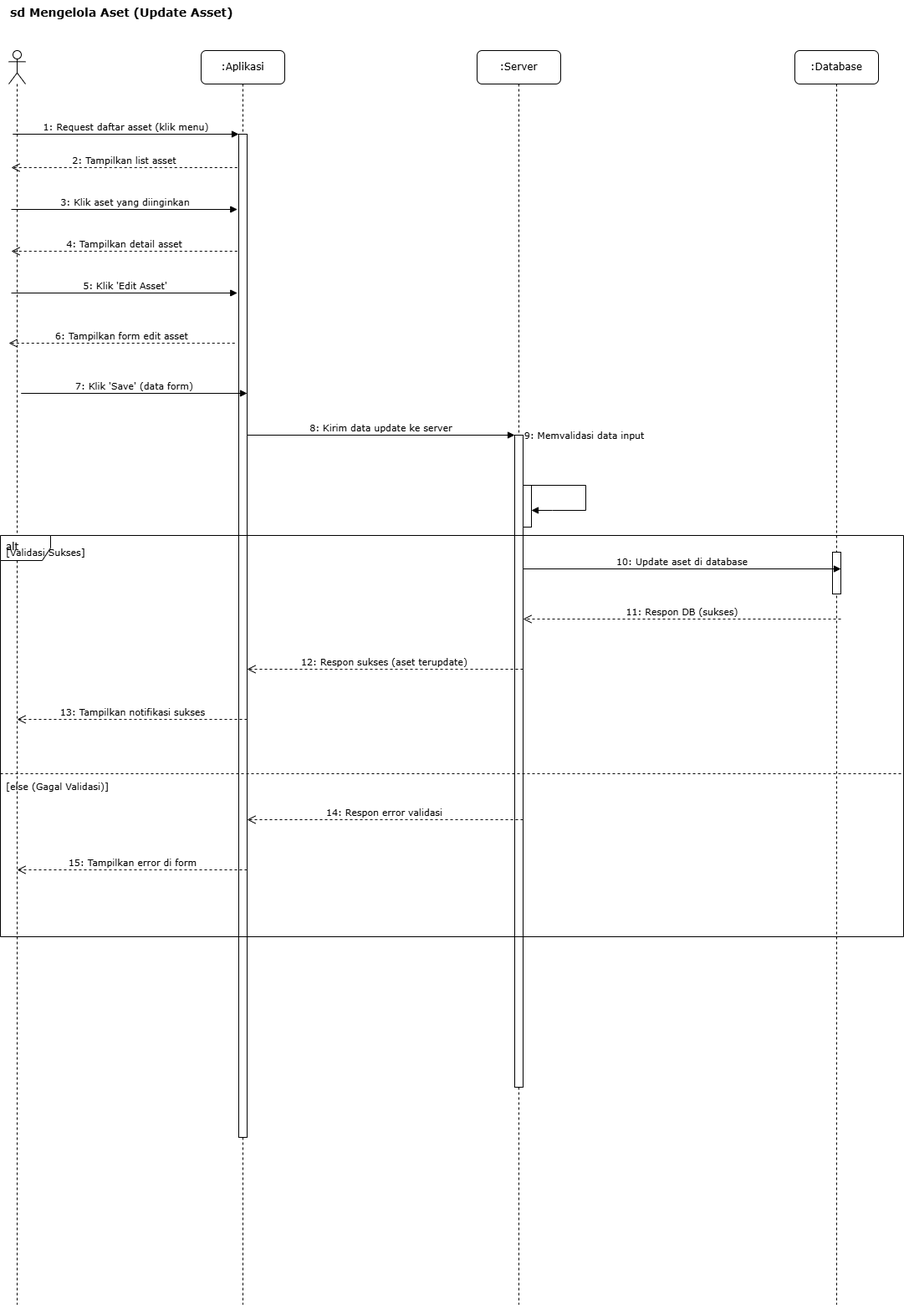
Earlier version of the draw.io export Diagram/sequence-diagram-skripsi-mengelola-aset-update.drawio.png (Rizz404/SKRIPSI_V2). Source tidied: cells renumbered, new cells last; positions are measured from the earlier drawing's top-left corner, leaving out a move shared by most shapes.
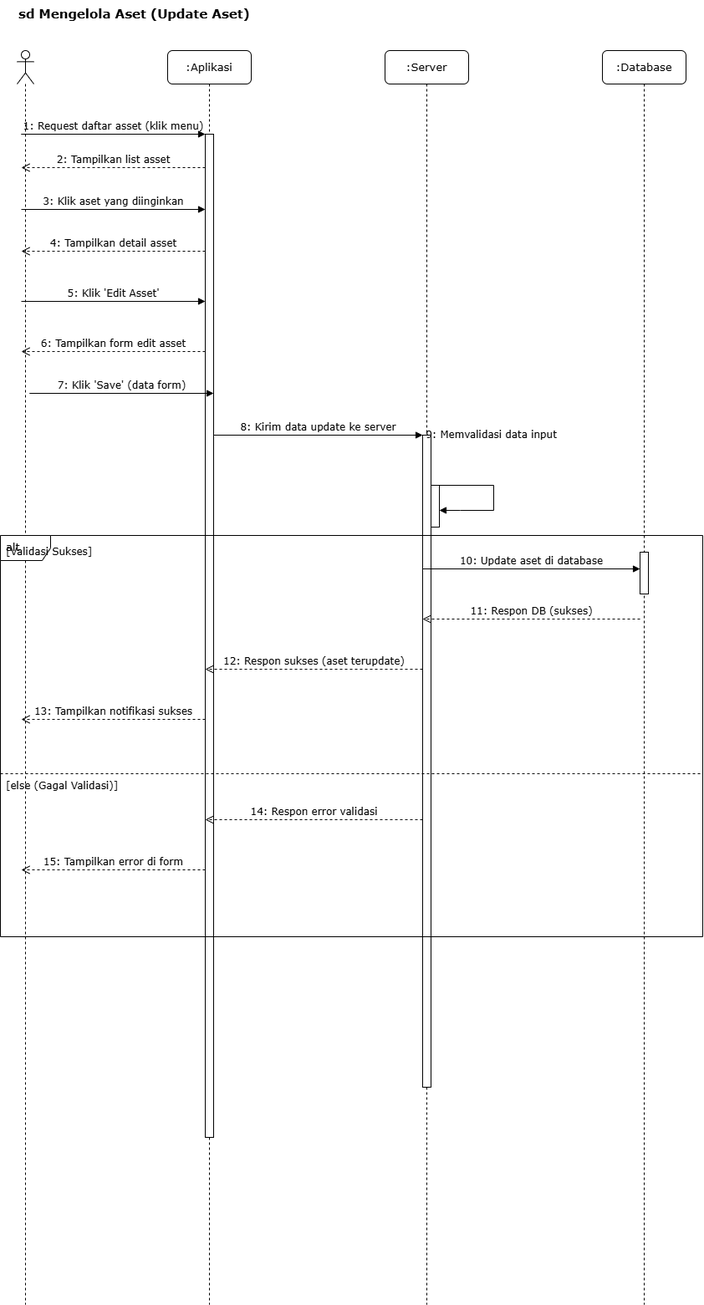
The same file after the commit.

The edit, as a diff of the source:
```diff
@@ -2,137 +2,137 @@
   <root>
     <mxCell id="0" />
     <mxCell id="1" parent="0" />
-    <mxCell id="2" value="sd Mengelola Aset (Update Asset)" style="text;html=1;strokeColor=none;fillColor=none;align=left;verticalAlign=top;whiteSpace=wrap;rounded=0;fontFamily=Verdana;fontSize=14;fontStyle=1;" parent="1" vertex="1">
-      <mxGeometry x="10" width="320" height="30" as="geometry" />
+    <mxCell id="2" value="sd Mengelola Aset (Update Aset)" style="text;html=1;strokeColor=none;fillColor=none;align=left;verticalAlign=top;whiteSpace=wrap;rounded=0;fontFamily=Verdana;fontSize=15;fontStyle=1;" parent="1" vertex="1">
+      <mxGeometry x="-70" width="290" height="30" as="geometry" />
     </mxCell>
     <mxCell id="3" style="shape=umlLifeline;perimeter=lifelinePerimeter;whiteSpace=wrap;html=1;newEdgeStyle={&quot;curved&quot;:0,&quot;rounded&quot;:0};participant=umlActor;" parent="1" vertex="1">
-      <mxGeometry x="10" y="60" width="20" height="1500" as="geometry" />
+      <mxGeometry x="-70" y="60" width="20" height="1500" as="geometry" />
     </mxCell>
-    <mxCell id="4" value=":Aplikasi" style="shape=umlLifeline;perimeter=lifelinePerimeter;whiteSpace=wrap;html=1;rounded=1;shadow=0;comic=0;labelBackgroundColor=none;strokeWidth=1;fontFamily=Verdana;fontSize=12;align=center;" parent="1" vertex="1">
-      <mxGeometry x="240" y="60" width="100" height="1500" as="geometry" />
+    <mxCell id="4" value=":Aplikasi" style="shape=umlLifeline;perimeter=lifelinePerimeter;whiteSpace=wrap;html=1;rounded=1;shadow=0;comic=0;labelBackgroundColor=none;strokeWidth=1;fontFamily=Verdana;fontSize=13;align=center;" parent="1" vertex="1">
+      <mxGeometry x="110" y="60" width="100" height="1500" as="geometry" />
     </mxCell>
+    <mxCell id="7" value="4: Tampilkan detail asset" style="html=1;verticalAlign=bottom;endArrow=open;dashed=1;endSize=8;labelBackgroundColor=none;fontFamily=Verdana;fontSize=12;" parent="4" edge="1">
+      <mxGeometry relative="1" as="geometry">
+        <mxPoint x="45" y="240" as="sourcePoint" />
+        <mxPoint x="-175" y="240" as="targetPoint" />
+      </mxGeometry>
+    </mxCell>
+    <mxCell id="8" value="3: Klik aset yang diinginkan" style="html=1;verticalAlign=bottom;labelBackgroundColor=none;endArrow=block;rounded=0;fontFamily=Verdana;fontSize=12;" parent="4" edge="1">
+      <mxGeometry relative="1" as="geometry">
+        <mxPoint x="-175" y="190" as="sourcePoint" />
+        <mxPoint x="45" y="190" as="targetPoint" />
+      </mxGeometry>
+    </mxCell>
-    <mxCell id="5" value="6: Tampilkan form edit asset" style="html=1;verticalAlign=bottom;endArrow=open;dashed=1;endSize=8;labelBackgroundColor=none;fontFamily=Verdana;fontSize=11;" parent="4" edge="1">
+    <mxCell id="5" value="6: Tampilkan form edit asset" style="html=1;verticalAlign=bottom;endArrow=open;dashed=1;endSize=8;labelBackgroundColor=none;fontFamily=Verdana;fontSize=12;" parent="1" edge="1">
       <mxGeometry relative="1" as="geometry">
-        <mxPoint x="40.2" y="350" as="sourcePoint" />
-        <mxPoint x="-230" y="350" as="targetPoint" />
+        <mxPoint x="155" y="420" as="sourcePoint" />
+        <mxPoint x="-65" y="420" as="targetPoint" />
       </mxGeometry>
     </mxCell>
-    <mxCell id="6" value="5: Klik 'Edit Asset'" style="html=1;verticalAlign=bottom;labelBackgroundColor=none;endArrow=block;rounded=0;fontFamily=Verdana;fontSize=11;" parent="4" edge="1">
+    <mxCell id="6" value="5: Klik 'Edit Asset'" style="html=1;verticalAlign=bottom;labelBackgroundColor=none;endArrow=block;rounded=0;fontFamily=Verdana;fontSize=12;" parent="1" edge="1">
       <mxGeometry relative="1" as="geometry">
-        <mxPoint x="-227" y="290" as="sourcePoint" />
-        <mxPoint x="43.2" y="290" as="targetPoint" />
+        <mxPoint x="-65" y="360" as="sourcePoint" />
+        <mxPoint x="155" y="360" as="targetPoint" />
       </mxGeometry>
     </mxCell>
-    <mxCell id="7" value="4: Tampilkan detail asset" style="html=1;verticalAlign=bottom;endArrow=open;dashed=1;endSize=8;labelBackgroundColor=none;fontFamily=Verdana;fontSize=11;" parent="4" edge="1">
-      <mxGeometry relative="1" as="geometry">
-        <mxPoint x="43.2" y="240" as="sourcePoint" />
-        <mxPoint x="-227" y="240" as="targetPoint" />
-      </mxGeometry>
-    </mxCell>
-    <mxCell id="8" value="3: Klik aset yang diinginkan" style="html=1;verticalAlign=bottom;labelBackgroundColor=none;endArrow=block;rounded=0;fontFamily=Verdana;fontSize=11;" parent="4" edge="1">
-      <mxGeometry relative="1" as="geometry">
-        <mxPoint x="-227" y="190" as="sourcePoint" />
-        <mxPoint x="43.2" y="190" as="targetPoint" />
-      </mxGeometry>
-    </mxCell>
-    <mxCell id="9" value="2: Tampilkan list asset" style="html=1;verticalAlign=bottom;endArrow=open;dashed=1;endSize=8;labelBackgroundColor=none;fontFamily=Verdana;fontSize=11;" parent="4" edge="1">
+    <mxCell id="9" value="2: Tampilkan list asset" style="html=1;verticalAlign=bottom;endArrow=open;dashed=1;endSize=8;labelBackgroundColor=none;fontFamily=Verdana;fontSize=12;" parent="1" edge="1">
       <mxGeometry relative="1" as="geometry">
-        <mxPoint x="43.2" y="140" as="sourcePoint" />
-        <mxPoint x="-227" y="140" as="targetPoint" />
+        <mxPoint x="155" y="200" as="sourcePoint" />
+        <mxPoint x="-65" y="200" as="targetPoint" />
       </mxGeometry>
     </mxCell>
-    <mxCell id="10" value=":Server" style="shape=umlLifeline;perimeter=lifelinePerimeter;whiteSpace=wrap;html=1;rounded=1;shadow=0;comic=0;labelBackgroundColor=none;strokeWidth=1;fontFamily=Verdana;fontSize=12;align=center;" parent="1" vertex="1">
-      <mxGeometry x="570" y="60" width="100" height="1500" as="geometry" />
+    <mxCell id="10" value=":Server" style="shape=umlLifeline;perimeter=lifelinePerimeter;whiteSpace=wrap;html=1;rounded=1;shadow=0;comic=0;labelBackgroundColor=none;strokeWidth=1;fontFamily=Verdana;fontSize=13;align=center;" parent="1" vertex="1">
+      <mxGeometry x="370" y="60" width="100" height="1500" as="geometry" />
     </mxCell>
-    <mxCell id="11" value=":Database" style="shape=umlLifeline;perimeter=lifelinePerimeter;whiteSpace=wrap;html=1;rounded=1;shadow=0;comic=0;labelBackgroundColor=none;strokeWidth=1;fontFamily=Verdana;fontSize=12;align=center;" parent="1" vertex="1">
-      <mxGeometry x="950" y="60" width="100" height="1500" as="geometry" />
+    <mxCell id="11" value=":Database" style="shape=umlLifeline;perimeter=lifelinePerimeter;whiteSpace=wrap;html=1;rounded=1;shadow=0;comic=0;labelBackgroundColor=none;strokeWidth=1;fontFamily=Verdana;fontSize=13;align=center;" parent="1" vertex="1">
+      <mxGeometry x="630" y="60" width="100" height="1500" as="geometry" />
     </mxCell>
     <mxCell id="12" style="html=1;points=[];perimeter=orthogonalPerimeter;fillColor=#ffffff;strokeColor=#000000;strokeWidth=1;" parent="1" vertex="1">
-      <mxGeometry x="285" y="160" width="10" height="1200" as="geometry" />
+      <mxGeometry x="155" y="160" width="10" height="1200" as="geometry" />
     </mxCell>
     <mxCell id="13" style="html=1;perimeter=orthogonalPerimeter;fillColor=#ffffff;strokeColor=#000000;strokeWidth=1;" parent="1" vertex="1">
-      <mxGeometry x="615" y="520" width="10" height="780" as="geometry" />
+      <mxGeometry x="415" y="520" width="10" height="780" as="geometry" />
     </mxCell>
     <mxCell id="14" style="html=1;perimeter=orthogonalPerimeter;fillColor=#ffffff;strokeColor=#000000;strokeWidth=1;" parent="1" vertex="1">
-      <mxGeometry x="995" y="660" width="10" height="50" as="geometry" />
+      <mxGeometry x="675" y="660" width="10" height="50" as="geometry" />
     </mxCell>
-    <mxCell id="15" value="1: Request daftar asset (klik menu)" style="html=1;verticalAlign=bottom;labelBackgroundColor=none;endArrow=block;rounded=0;fontFamily=Verdana;fontSize=11;" parent="1" edge="1">
+    <mxCell id="15" value="1: Request daftar asset (klik menu)" style="html=1;verticalAlign=bottom;labelBackgroundColor=none;endArrow=block;rounded=0;fontFamily=Verdana;fontSize=12;" parent="1" edge="1">
       <mxGeometry relative="1" as="geometry">
-        <mxPoint x="14.8" y="160" as="sourcePoint" />
-        <mxPoint x="285" y="160" as="targetPoint" />
+        <mxPoint x="-65.2" y="160" as="sourcePoint" />
+        <mxPoint x="155" y="160" as="targetPoint" />
       </mxGeometry>
     </mxCell>
-    <mxCell id="16" value="7: Klik 'Save' (data form)" style="html=1;verticalAlign=bottom;labelBackgroundColor=none;endArrow=block;rounded=0;fontFamily=Verdana;fontSize=11;" parent="1" edge="1">
+    <mxCell id="16" value="7: Klik 'Save' (data form)" style="html=1;verticalAlign=bottom;labelBackgroundColor=none;endArrow=block;rounded=0;fontFamily=Verdana;fontSize=12;" parent="1" edge="1">
       <mxGeometry relative="1" as="geometry">
-        <mxPoint x="24.8" y="470" as="sourcePoint" />
-        <mxPoint x="295" y="470" as="targetPoint" />
+        <mxPoint x="-55.2" y="470" as="sourcePoint" />
+        <mxPoint x="165" y="470" as="targetPoint" />
       </mxGeometry>
     </mxCell>
-    <mxCell id="17" value="8: Kirim data update ke server" style="html=1;verticalAlign=bottom;endArrow=block;labelBackgroundColor=none;fontFamily=Verdana;fontSize=11;" parent="1" edge="1" source="12">
+    <mxCell id="17" value="8: Kirim data update ke server" style="html=1;verticalAlign=bottom;endArrow=block;labelBackgroundColor=none;fontFamily=Verdana;fontSize=12;" parent="1" edge="1" source="12">
       <mxGeometry relative="1" as="geometry">
-        <mxPoint x="615" y="520" as="targetPoint" />
+        <mxPoint x="415" y="520" as="targetPoint" />
       </mxGeometry>
     </mxCell>
     <mxCell id="18" style="html=1;points=[];perimeter=orthogonalPerimeter;fillColor=#ffffff;strokeColor=#000000;strokeWidth=1;" parent="1" vertex="1">
-      <mxGeometry x="625" y="580" width="10" height="50" as="geometry" />
+      <mxGeometry x="425" y="580" width="10" height="50" as="geometry" />
     </mxCell>
-    <mxCell id="19" value="9: Memvalidasi data input" style="html=1;verticalAlign=bottom;endArrow=block;curved=0;labelBackgroundColor=none;fontFamily=Verdana;fontSize=11;rounded=0;" parent="1" edge="1" target="18">
+    <mxCell id="19" value="9: Memvalidasi data input" style="html=1;verticalAlign=bottom;endArrow=block;curved=0;labelBackgroundColor=none;fontFamily=Verdana;fontSize=12;rounded=0;" parent="1" edge="1" target="18">
       <mxGeometry x="-0.13" y="41" relative="1" as="geometry">
-        <mxPoint x="625" y="580" as="sourcePoint" />
+        <mxPoint x="425" y="580" as="sourcePoint" />
         <Array as="points">
-          <mxPoint x="700" y="580" />
-          <mxPoint x="700" y="610" />
-          <mxPoint x="660" y="610" />
+          <mxPoint x="500" y="580" />
+          <mxPoint x="500" y="610" />
+          <mxPoint x="460" y="610" />
         </Array>
         <mxPoint x="-1" y="-10" as="offset" />
       </mxGeometry>
     </mxCell>
-    <mxCell id="20" value="alt" style="shape=umlFrame;whiteSpace=wrap;html=1;verticalAlign=top;align=left;spacingLeft=5;fontFamily=Verdana;fontSize=12;" parent="1" vertex="1">
-      <mxGeometry y="640" width="1080" height="480" as="geometry" />
+    <mxCell id="20" value="alt" style="shape=umlFrame;whiteSpace=wrap;html=1;verticalAlign=top;align=left;spacingLeft=5;fontFamily=Verdana;fontSize=13;" parent="1" vertex="1">
+      <mxGeometry x="-90" y="640" width="840" height="480" as="geometry" />
     </mxCell>
-    <mxCell id="21" value="[Validasi Sukses]" style="text;html=1;align=left;verticalAlign=middle;strokeColor=none;fillColor=none;fontFamily=Verdana;fontSize=11;" parent="20" vertex="1">
-      <mxGeometry x="5" y="5" width="110" height="30" as="geometry" />
+    <mxCell id="21" value="[Validasi Sukses]" style="text;html=1;align=left;verticalAlign=middle;strokeColor=none;fillColor=none;fontFamily=Verdana;fontSize=12;" parent="20" vertex="1">
+      <mxGeometry x="5" y="5" width="120" height="30" as="geometry" />
     </mxCell>
-    <mxCell id="22" value="10: Update aset di database" style="html=1;verticalAlign=bottom;endArrow=block;labelBackgroundColor=none;fontFamily=Verdana;fontSize=11;" parent="20" edge="1">
+    <mxCell id="22" value="10: Update aset di database" style="html=1;verticalAlign=bottom;endArrow=block;labelBackgroundColor=none;fontFamily=Verdana;fontSize=12;" parent="20" edge="1">
       <mxGeometry relative="1" as="geometry">
-        <mxPoint x="625" y="40" as="sourcePoint" />
-        <mxPoint x="1005" y="40" as="targetPoint" />
+        <mxPoint x="505" y="40" as="sourcePoint" />
+        <mxPoint x="765" y="40" as="targetPoint" />
       </mxGeometry>
     </mxCell>
-    <mxCell id="23" value="11: Respon DB (sukses)" style="html=1;verticalAlign=bottom;endArrow=open;dashed=1;endSize=8;labelBackgroundColor=none;fontFamily=Verdana;fontSize=11;" parent="20" edge="1">
+    <mxCell id="23" value="11: Respon DB (sukses)" style="html=1;verticalAlign=bottom;endArrow=open;dashed=1;endSize=8;labelBackgroundColor=none;fontFamily=Verdana;fontSize=12;" parent="20" edge="1">
       <mxGeometry relative="1" as="geometry">
-        <mxPoint x="1005" y="100" as="sourcePoint" />
-        <mxPoint x="625" y="100" as="targetPoint" />
+        <mxPoint x="765" y="100" as="sourcePoint" />
+        <mxPoint x="505" y="100" as="targetPoint" />
       </mxGeometry>
     </mxCell>
-    <mxCell id="24" value="12: Respon sukses (aset terupdate)" style="html=1;verticalAlign=bottom;endArrow=open;dashed=1;endSize=8;labelBackgroundColor=none;fontFamily=Verdana;fontSize=11;" parent="20" edge="1">
+    <mxCell id="24" value="12: Respon sukses (aset terupdate)" style="html=1;verticalAlign=bottom;endArrow=open;dashed=1;endSize=8;labelBackgroundColor=none;fontFamily=Verdana;fontSize=12;" parent="20" edge="1">
       <mxGeometry relative="1" as="geometry">
-        <mxPoint x="625" y="160" as="sourcePoint" />
-        <mxPoint x="295" y="160" as="targetPoint" />
+        <mxPoint x="505" y="160" as="sourcePoint" />
+        <mxPoint x="245" y="160" as="targetPoint" />
       </mxGeometry>
     </mxCell>
-    <mxCell id="25" value="13: Tampilkan notifikasi sukses" style="html=1;verticalAlign=bottom;endArrow=open;dashed=1;endSize=8;labelBackgroundColor=none;fontFamily=Verdana;fontSize=11;" parent="20" edge="1">
+    <mxCell id="25" value="13: Tampilkan notifikasi sukses" style="html=1;verticalAlign=bottom;endArrow=open;dashed=1;endSize=8;labelBackgroundColor=none;fontFamily=Verdana;fontSize=12;" parent="20" edge="1">
       <mxGeometry relative="1" as="geometry">
-        <mxPoint x="295" y="220" as="sourcePoint" />
-        <mxPoint x="20" y="220" as="targetPoint" />
+        <mxPoint x="245" y="220" as="sourcePoint" />
+        <mxPoint x="25" y="220" as="targetPoint" />
       </mxGeometry>
     </mxCell>
     <mxCell id="26" style="line;html=1;strokeWidth=1;dashed=1;align=center;verticalAlign=middle;" parent="20" vertex="1">
-      <mxGeometry y="280" width="1080" height="10" as="geometry" />
+      <mxGeometry y="280" width="840" height="10" as="geometry" />
     </mxCell>
-    <mxCell id="27" value="[else (Gagal Validasi)]" style="text;html=1;align=left;verticalAlign=middle;strokeColor=none;fillColor=none;fontFamily=Verdana;fontSize=11;" parent="20" vertex="1">
-      <mxGeometry x="5" y="285" width="140" height="30" as="geometry" />
+    <mxCell id="27" value="[else (Gagal Validasi)]" style="text;html=1;align=left;verticalAlign=middle;strokeColor=none;fillColor=none;fontFamily=Verdana;fontSize=12;" parent="20" vertex="1">
+      <mxGeometry x="5" y="285" width="150" height="30" as="geometry" />
     </mxCell>
-    <mxCell id="28" value="14: Respon error validasi" style="html=1;verticalAlign=bottom;endArrow=open;dashed=1;endSize=8;labelBackgroundColor=none;fontFamily=Verdana;fontSize=11;" parent="20" edge="1">
+    <mxCell id="28" value="14: Respon error validasi" style="html=1;verticalAlign=bottom;endArrow=open;dashed=1;endSize=8;labelBackgroundColor=none;fontFamily=Verdana;fontSize=12;" parent="20" edge="1">
       <mxGeometry relative="1" as="geometry">
-        <mxPoint x="625" y="340" as="sourcePoint" />
-        <mxPoint x="295" y="340" as="targetPoint" />
+        <mxPoint x="505" y="340" as="sourcePoint" />
+        <mxPoint x="245" y="340" as="targetPoint" />
       </mxGeometry>
     </mxCell>
-    <mxCell id="29" value="15: Tampilkan error di form" style="html=1;verticalAlign=bottom;endArrow=open;dashed=1;endSize=8;labelBackgroundColor=none;fontFamily=Verdana;fontSize=11;" parent="20" edge="1">
+    <mxCell id="29" value="15: Tampilkan error di form" style="html=1;verticalAlign=bottom;endArrow=open;dashed=1;endSize=8;labelBackgroundColor=none;fontFamily=Verdana;fontSize=12;" parent="20" edge="1">
       <mxGeometry relative="1" as="geometry">
-        <mxPoint x="295" y="400" as="sourcePoint" />
-        <mxPoint x="20" y="400" as="targetPoint" />
+        <mxPoint x="245" y="400" as="sourcePoint" />
+        <mxPoint x="25" y="400" as="targetPoint" />
       </mxGeometry>
     </mxCell>
   </root>
```
